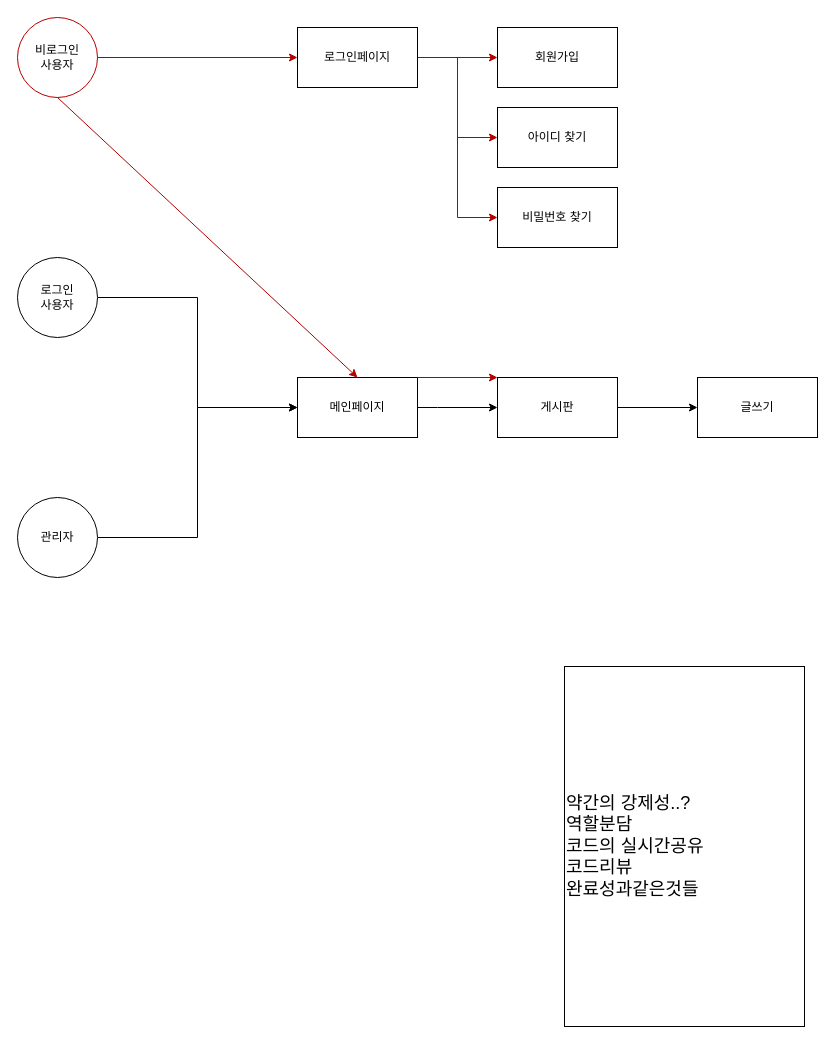
heejeehee/study keeps this draw.io diagram as 프같휴.drawio. Above is the earlier version. Source tidied: cells renumbered, new cells numbered last; positions are measured from the earlier drawing's top-left corner, leaving out a move shared by most shapes. Both pictures are drawn from the tidied source at 100%, with x=0, y=0 at pixel (17, 17).
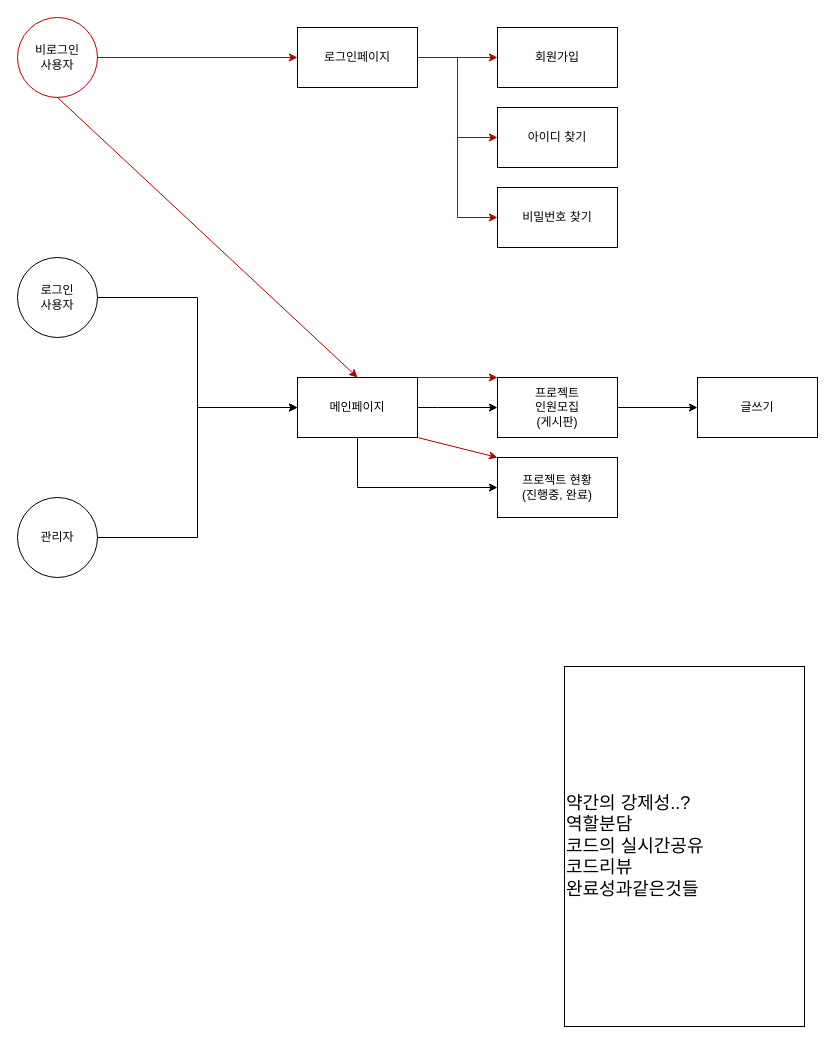
The same diagram, later.

Commit message:
프같휴.drawio 업데이트

The change refers to these unchanged cells:
```xml
<mxCell id="10" value="메인페이지" style="rounded=0;whiteSpace=wrap;html=1;" parent="1" vertex="1">
  <mxGeometry x="280" y="360" width="120" height="60" as="geometry" />
</mxCell>
```

Change to the diagram source:
```diff
@@
+    <mxCell id="23" style="edgeStyle=orthogonalEdgeStyle;rounded=0;jettySize=auto;html=1;exitX=0.5;exitY=1;exitDx=0;exitDy=0;entryX=0;entryY=0.5;entryDx=0;entryDy=0;" parent="1" edge="1" source="10" target="24">
+      <mxGeometry relative="1" as="geometry" />
+    </mxCell>
@@
-    <mxCell id="18" value="게시판" style="rounded=0;whiteSpace=wrap;html=1;" parent="1" vertex="1">
+    <mxCell id="18" value="프로젝트&lt;br&gt;인원모집&lt;div&gt;(게시판)&lt;/div&gt;" style="rounded=0;whiteSpace=wrap;html=1;" parent="1" vertex="1">
       <mxGeometry x="480" y="360" width="120" height="60" as="geometry" />
     </mxCell>
@@
+    <mxCell id="24" value="프로젝트 현황&lt;div&gt;(진행중, 완료)&lt;/div&gt;" style="rounded=0;whiteSpace=wrap;html=1;" parent="1" vertex="1">
+      <mxGeometry x="480" y="440" width="120" height="60" as="geometry" />
+    </mxCell>
+    <mxCell id="25" style="endArrow=classic;html=1;rounded=0;entryX=0;entryY=0;entryDx=0;entryDy=0;fillColor=#e51400;strokeColor=#B20000;" parent="1" edge="1" target="24">
+      <mxGeometry relative="1" as="geometry">
+        <mxPoint x="400" y="420" as="sourcePoint" />
+      </mxGeometry>
+    </mxCell>
```
